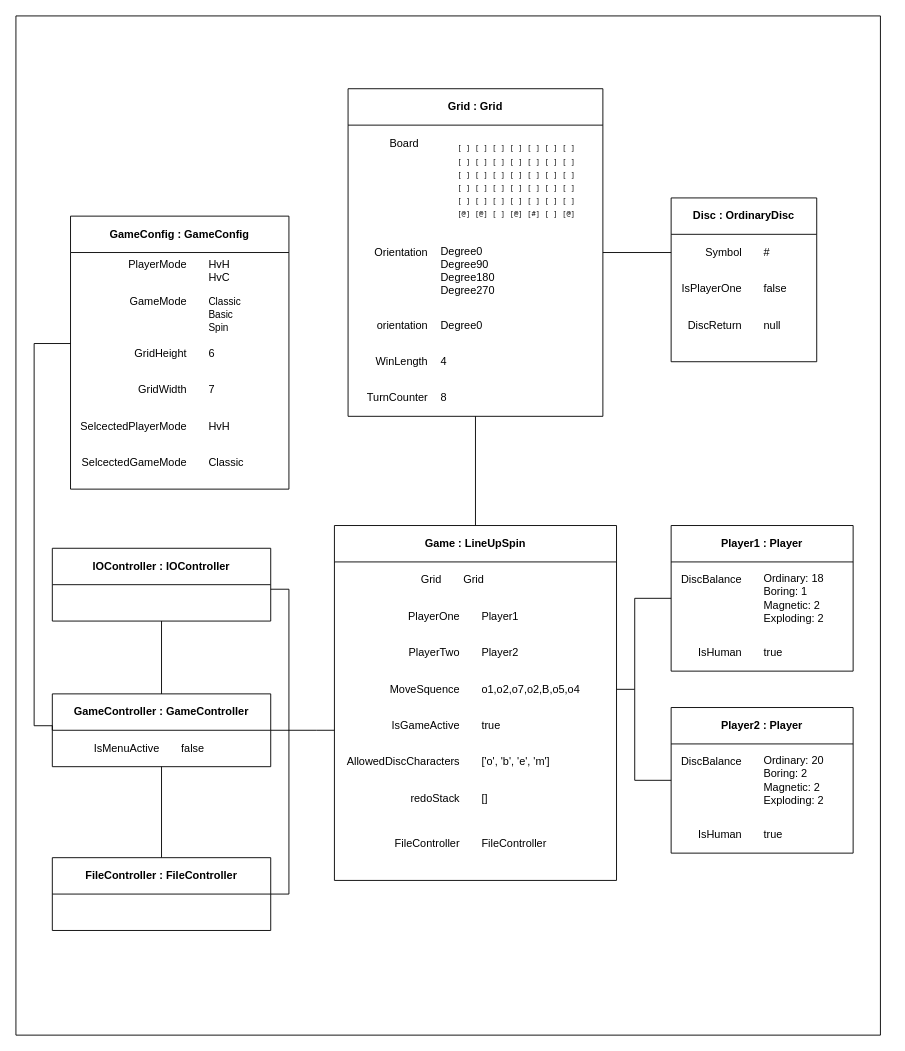
Earlier version of the draw.io diagram diagrams/Object diagram-HvH.drawio (TacNap/IFN584_A2). Source tidied: cells renumbered, new cells numbered last; positions are measured from the earlier drawing's top-left corner, leaving out a move shared by most shapes. Both pictures are drawn from the tidied source at 91%, with x=0, y=0 at pixel (15, 15).
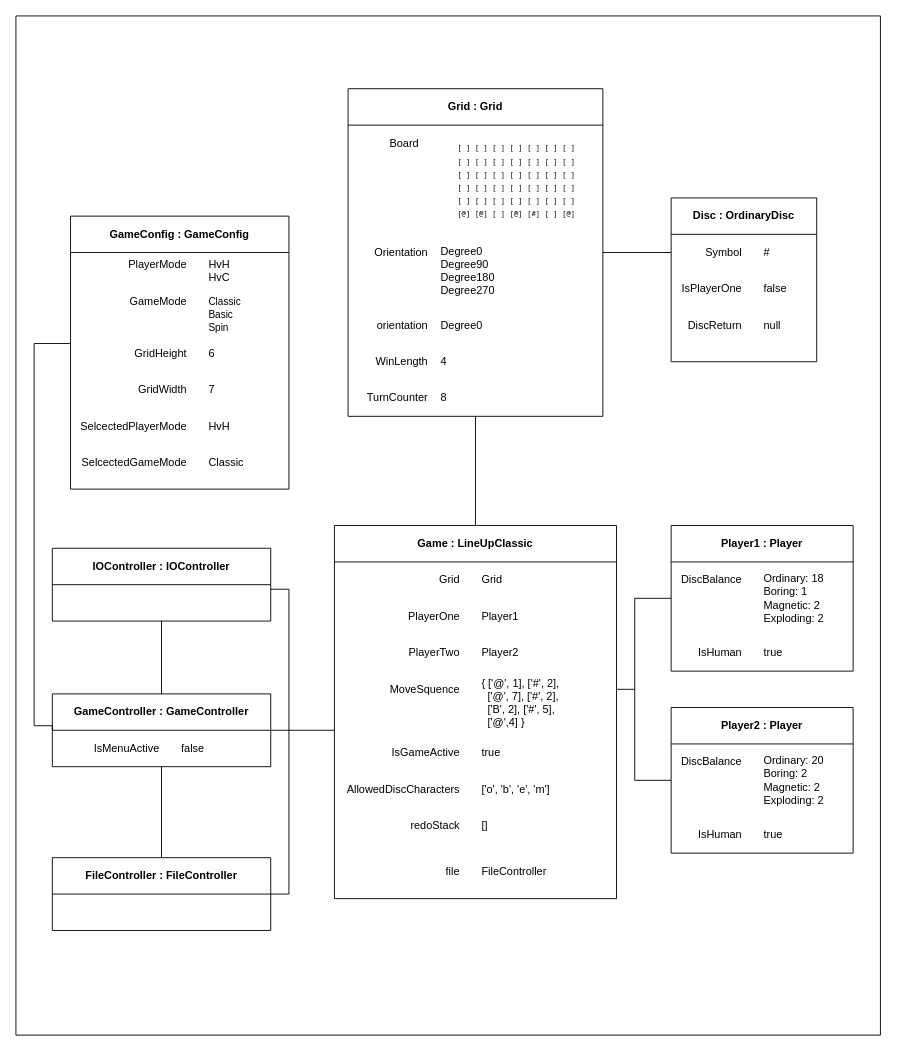
The same diagram, later.

Commit message (it also covers changes not shown here):
Obj diagram final2

Unchanged cells that the change refers to:
```xml
<mxCell id="3" style="swimlane;startSize=0;" parent="1" vertex="1">
  <mxGeometry width="950" height="1120" as="geometry" />
</mxCell>
```

Diff of the diagram source:
```diff
@@
-    <mxCell id="44" value="Game : LineUpSpin" style="swimlane;whiteSpace=wrap;html=1;startSize=40;" parent="3" vertex="1">
-      <mxGeometry x="350" y="560" width="310" height="390" as="geometry" />
+    <mxCell id="44" value="Game : LineUpClassic" style="swimlane;whiteSpace=wrap;html=1;startSize=40;" parent="3" vertex="1">
+      <mxGeometry x="350" y="560" width="310" height="410" as="geometry" />
     </mxCell>
     <mxCell id="45" value="Grid" style="text;html=1;align=right;verticalAlign=middle;whiteSpace=wrap;rounded=0;" parent="44" vertex="1">
-      <mxGeometry x="40" y="40" width="80" height="40" as="geometry" />
+      <mxGeometry x="60" y="40" width="80" height="40" as="geometry" />
     </mxCell>
     <mxCell id="46" value="&lt;font&gt;&lt;span&gt;Grid&lt;/span&gt;&lt;/font&gt;" style="text;html=1;align=left;verticalAlign=middle;whiteSpace=wrap;rounded=0;fontFamily=Helvetica;fontSize=12;" parent="44" vertex="1">
-      <mxGeometry x="140" y="40" width="140" height="40" as="geometry" />
+      <mxGeometry x="160" y="40" width="140" height="40" as="geometry" />
     </mxCell>
@@
-    <mxCell id="51" value="FileController" style="text;html=1;align=right;verticalAlign=middle;whiteSpace=wrap;rounded=0;fontFamily=Helvetica;" parent="44" vertex="1">
-      <mxGeometry x="60" y="330" width="80" height="40" as="geometry" />
+    <mxCell id="51" value="file" style="text;html=1;align=right;verticalAlign=middle;whiteSpace=wrap;rounded=0;fontFamily=Helvetica;" parent="44" vertex="1">
+      <mxGeometry x="60" y="360" width="80" height="40" as="geometry" />
     </mxCell>
@@
-    <mxCell id="53" value="o1,o2,o7,o2,B,o5,o4" style="text;html=1;align=left;verticalAlign=middle;whiteSpace=wrap;rounded=0;fontFamily=Helvetica;fontSize=12;" parent="44" vertex="1">
-      <mxGeometry x="160" y="160" width="140" height="40" as="geometry" />
-    </mxCell>
     <mxCell id="54" value="FileController" style="text;html=1;align=left;verticalAlign=middle;whiteSpace=wrap;rounded=0;fontFamily=Helvetica;fontSize=12;" parent="44" vertex="1">
-      <mxGeometry x="160" y="330" width="140" height="40" as="geometry" />
+      <mxGeometry x="160" y="360" width="140" height="40" as="geometry" />
     </mxCell>
     <mxCell id="55" value="IsGameActive" style="text;html=1;align=right;verticalAlign=middle;whiteSpace=wrap;rounded=0;fontFamily=Helvetica;" parent="44" vertex="1">
-      <mxGeometry x="60" y="200" width="80" height="40" as="geometry" />
+      <mxGeometry x="60" y="230" width="80" height="40" as="geometry" />
     </mxCell>
     <mxCell id="56" value="true" style="text;html=1;align=left;verticalAlign=middle;whiteSpace=wrap;rounded=0;fontFamily=Helvetica;fontSize=12;" parent="44" vertex="1">
-      <mxGeometry x="160" y="200" width="140" height="40" as="geometry" />
+      <mxGeometry x="160" y="230" width="140" height="40" as="geometry" />
     </mxCell>
     <mxCell id="57" value="AllowedDiscCharacters" style="text;html=1;align=right;verticalAlign=middle;whiteSpace=wrap;rounded=0;fontFamily=Helvetica;" parent="44" vertex="1">
-      <mxGeometry x="10" y="240" width="130" height="40" as="geometry" />
+      <mxGeometry x="10" y="270" width="130" height="40" as="geometry" />
     </mxCell>
     <mxCell id="58" value="&lt;div style=&quot;text-align: right;&quot;&gt;&lt;span style=&quot;background-color: transparent;&quot;&gt;['o', 'b', 'e', 'm']&lt;/span&gt;&lt;/div&gt;" style="text;html=1;align=left;verticalAlign=middle;whiteSpace=wrap;rounded=0;fontFamily=Helvetica;fontSize=12;" parent="44" vertex="1">
-      <mxGeometry x="160" y="240" width="140" height="40" as="geometry" />
+      <mxGeometry x="160" y="270" width="140" height="40" as="geometry" />
     </mxCell>
     <mxCell id="59" value="redoStack" style="text;html=1;align=right;verticalAlign=middle;whiteSpace=wrap;rounded=0;fontFamily=Helvetica;" parent="44" vertex="1">
-      <mxGeometry x="60" y="280" width="80" height="40" as="geometry" />
+      <mxGeometry x="60" y="310" width="80" height="40" as="geometry" />
     </mxCell>
     <mxCell id="60" value="[]" style="text;html=1;align=left;verticalAlign=middle;whiteSpace=wrap;rounded=0;fontFamily=Helvetica;fontSize=12;" parent="44" vertex="1">
-      <mxGeometry x="160" y="280" width="140" height="40" as="geometry" />
+      <mxGeometry x="160" y="310" width="140" height="40" as="geometry" />
     </mxCell>
+    <mxCell id="75" value="{ ['@', 1], ['#', 2],&lt;div&gt;&amp;nbsp; ['@', 7], ['#', 2],&amp;nbsp;&lt;/div&gt;&lt;div&gt;&amp;nbsp; ['B', 2], ['#', 5],&amp;nbsp;&lt;/div&gt;&lt;div&gt;&amp;nbsp; ['@',4] }&lt;/div&gt;" style="text;html=1;whiteSpace=wrap;strokeColor=none;fillColor=none;align=left;verticalAlign=top;rounded=0;" parent="44" vertex="1">
+      <mxGeometry x="160" y="160" width="140" height="80" as="geometry" />
+    </mxCell>
```
